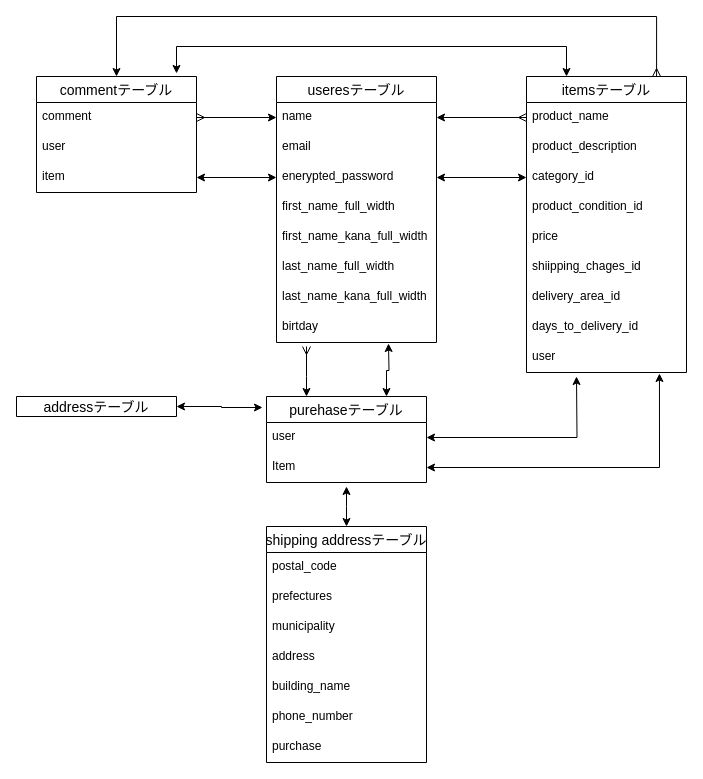
Before: furima.dio in suzukimasatoshi-div/furima-35144, a draw.io diagram. Source tidied: cells renumbered, new cells numbered last; positions are measured from the earlier drawing's top-left corner, leaving out a move shared by most shapes. Both pictures are drawn from the tidied source at 100%, with x=0, y=0 at pixel (16, 16).
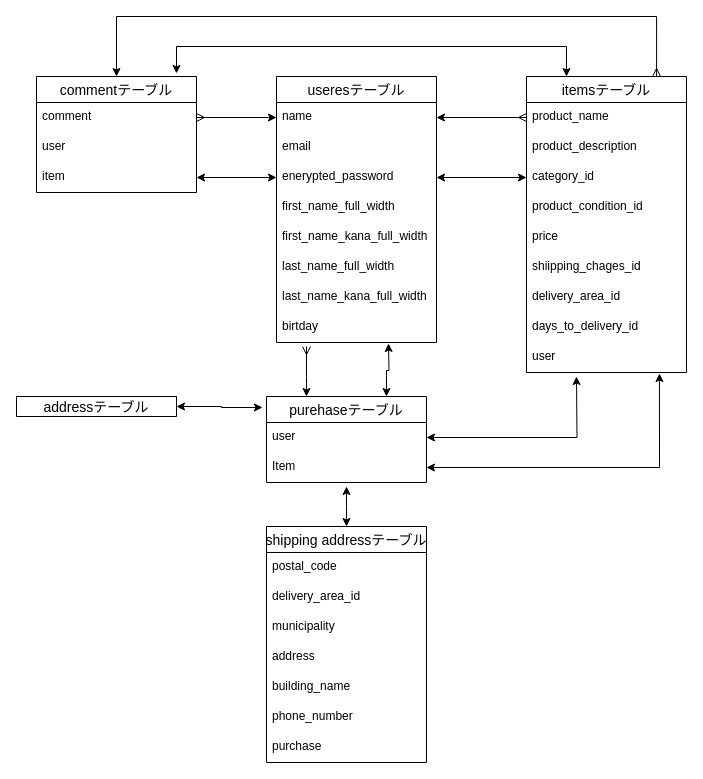
The same page after the edit.

Commit message (it also covers changes not shown here):
リードーミー修正6

Unchanged cells that the change refers to:
```xml
<mxCell id="35" value="shipping addressテーブル" style="swimlane;fontStyle=0;horizontal=1;startSize=26;align=center;fontSize=14;" parent="1" vertex="1">
  <mxGeometry x="250" y="510" width="160" height="236" as="geometry" />
</mxCell>
```

Diff of the diagram source:
```diff
@@
-    <mxCell id="37" value="prefectures" style="text;strokeColor=none;fillColor=none;spacingLeft=4;spacingRight=4;overflow=hidden;fontSize=12;" parent="35" vertex="1">
+    <mxCell id="37" value="delivery_area_id" style="text;strokeColor=none;fillColor=none;spacingLeft=4;spacingRight=4;overflow=hidden;fontSize=12;" parent="35" vertex="1">
       <mxGeometry y="56" width="160" height="30" as="geometry" />
     </mxCell>
```
